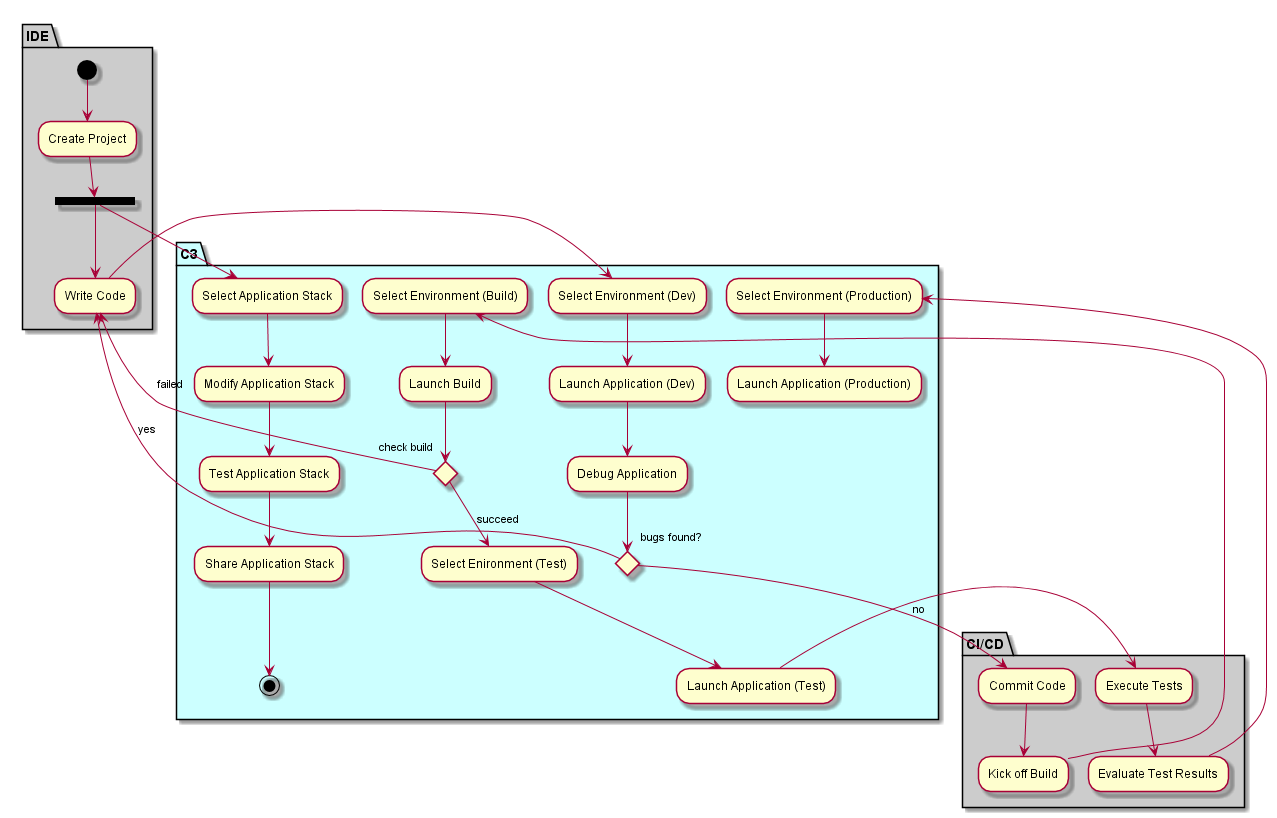
CAADE/C3 keeps this PlantUML diagram as docs/Solution/Application-Manager/Process.png. Above is the earlier version.
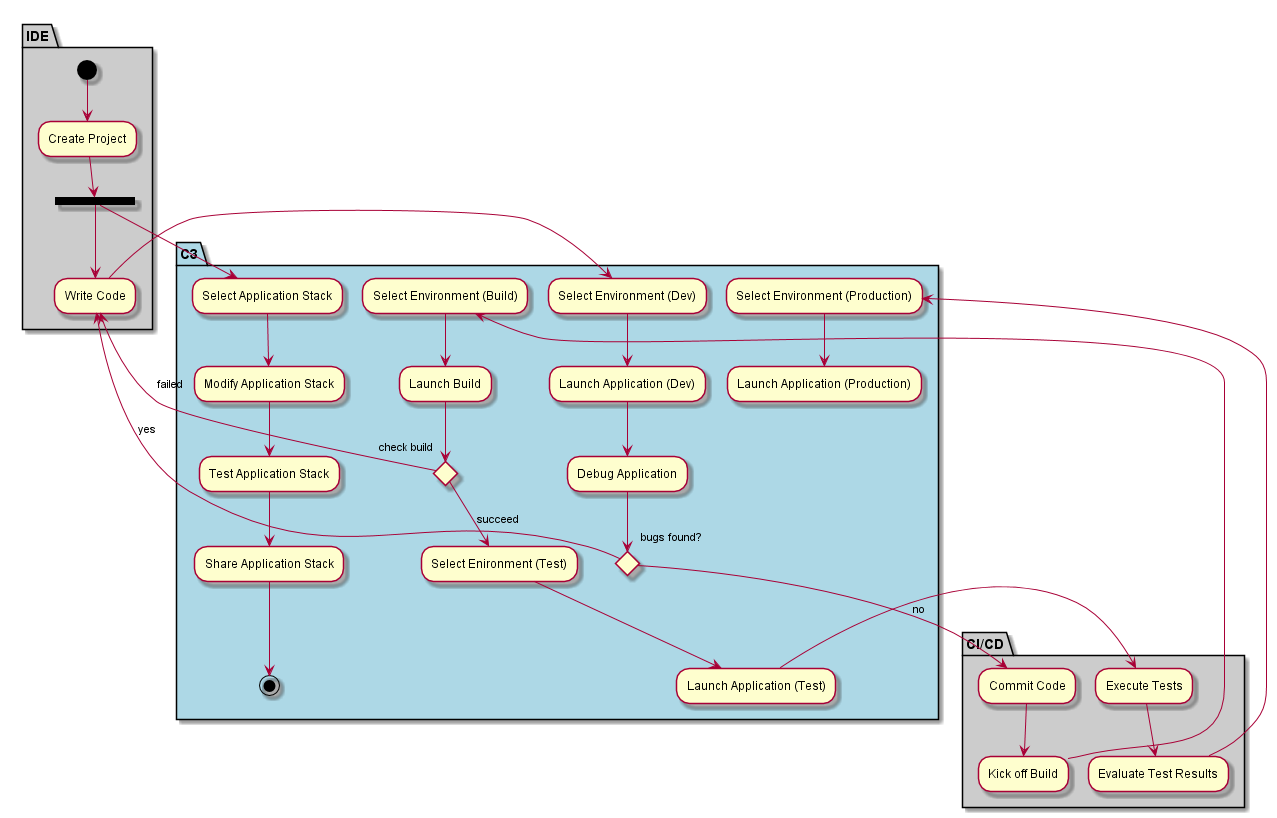
The same file after the commit.

Change to the diagram source:
```diff
@@ -11,7 +11,7 @@
   "Execute Tests" --> "Evaluate Test Results"
 }
 
-partition C3 #ccffff {
+partition C3 #lightblue {
     ===S1=== --> "Select Application Stack"
     --> "Modify Application Stack"
     --> "Test Application Stack"
```
